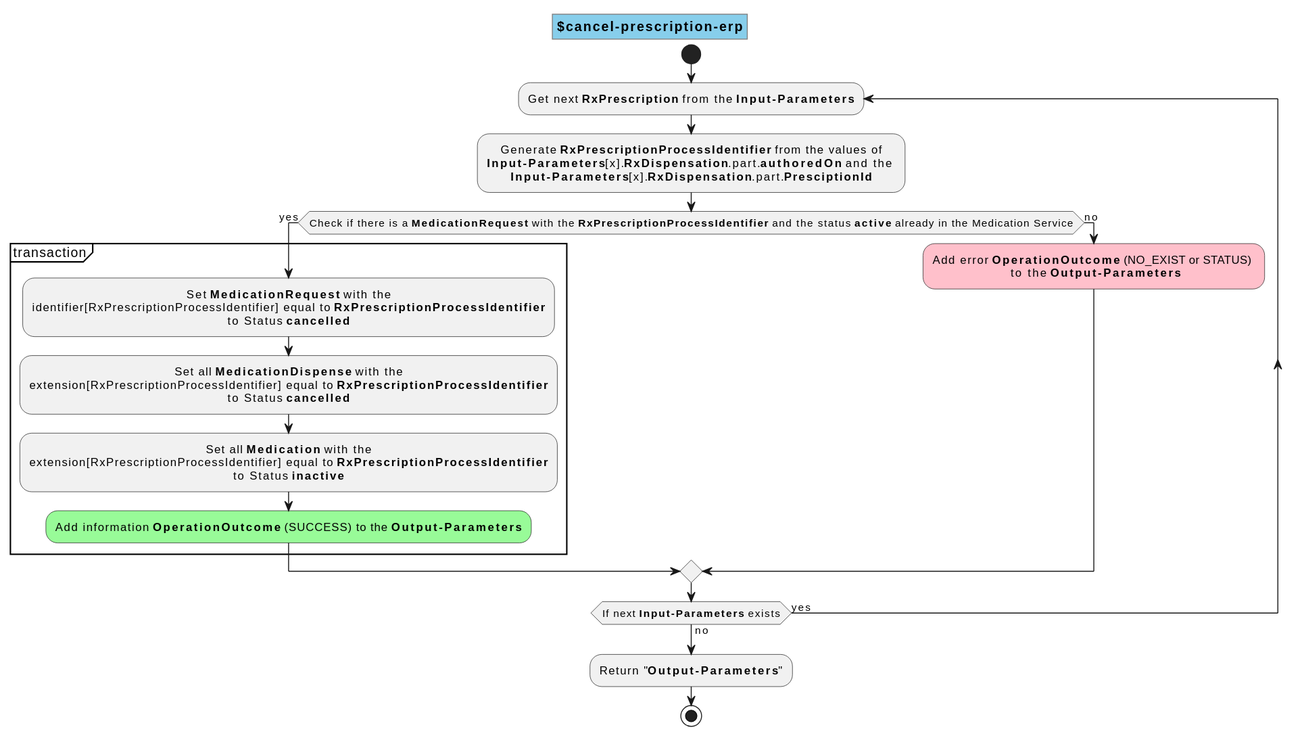
This is images/plantuml/operation.cancel-prescription-erp.svg from gematik/ePA-Medication, a PlantUML export, as it was before one commit.
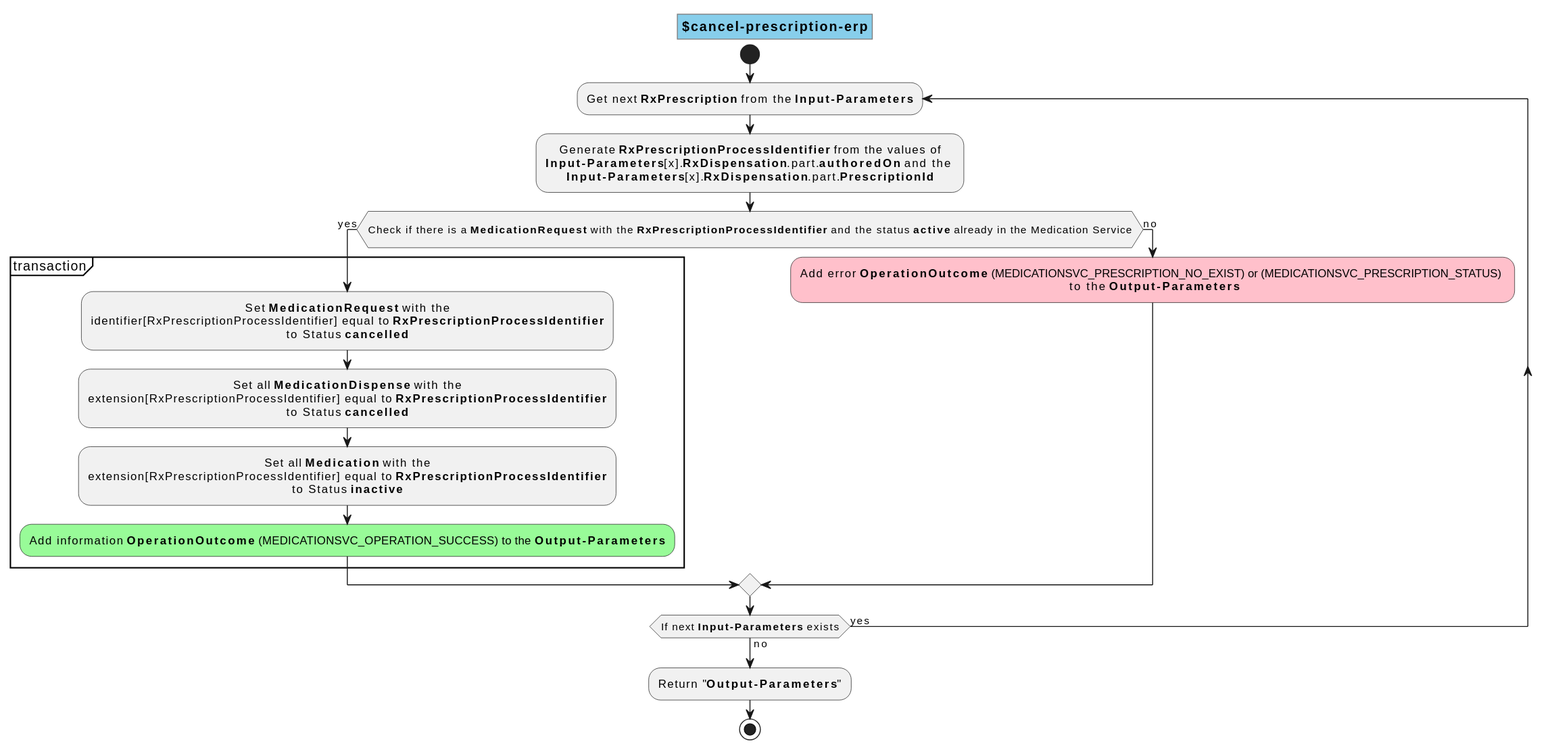
The same diagram one commit later.

What changed in the source:
```diff
@@ -12,9 +12,9 @@
 
     :Generate <b>RxPrescriptionProcessIdentifier</b> from the values of
     <b>Input-Parameters</b>[x].<b>RxDispensation</b>.part.<b>authoredOn</b> and the
-    <b>Input-Parameters</b>[x].<b>RxDispensation</b>.part.<b>PresciptionId</b>;
+    <b>Input-Parameters</b>[x].<b>RxDispensation</b>.part.<b>PrescriptionId</b>;
 
-    if(Check if there is a <b>MedicationRequest</b> with the <b>RxPrescriptionProcessIdentifier</b> and the status <b>active</b> already in the Medication Service) then (yes)
+    if(\rCheck if there is a <b>MedicationRequest</b> with the <b>RxPrescriptionProcessIdentifier</b> and the status <b>active</b> already in the Medication Service\r) then (yes)
 
       partition transaction {
 
@@ -30,13 +30,13 @@
         extension[RxPrescriptionProcessIdentifier] equal to <b>RxPrescriptionProcessIdentifier</b>
         to Status <b>inactive</b>;
 
-        #PaleGreen:Add information <b>OperationOutcome</b> (SUCCESS) to the <b>Output-Parameters</b>;
+        #PaleGreen:Add information <b>OperationOutcome</b> (MEDICATIONSVC_OPERATION_SUCCESS) to the <b>Output-Parameters</b>;
 
       }
 
     else (no)
 
-      #Pink:Add error <b>OperationOutcome</b> (NO_EXIST or STATUS) \n to the <b>Output-Parameters</b>;
+      #Pink:Add error <b>OperationOutcome</b> (MEDICATIONSVC_PRESCRIPTION_NO_EXIST) or (MEDICATIONSVC_PRESCRIPTION_STATUS) \n to the <b>Output-Parameters</b>;
 
     endif
 
```
